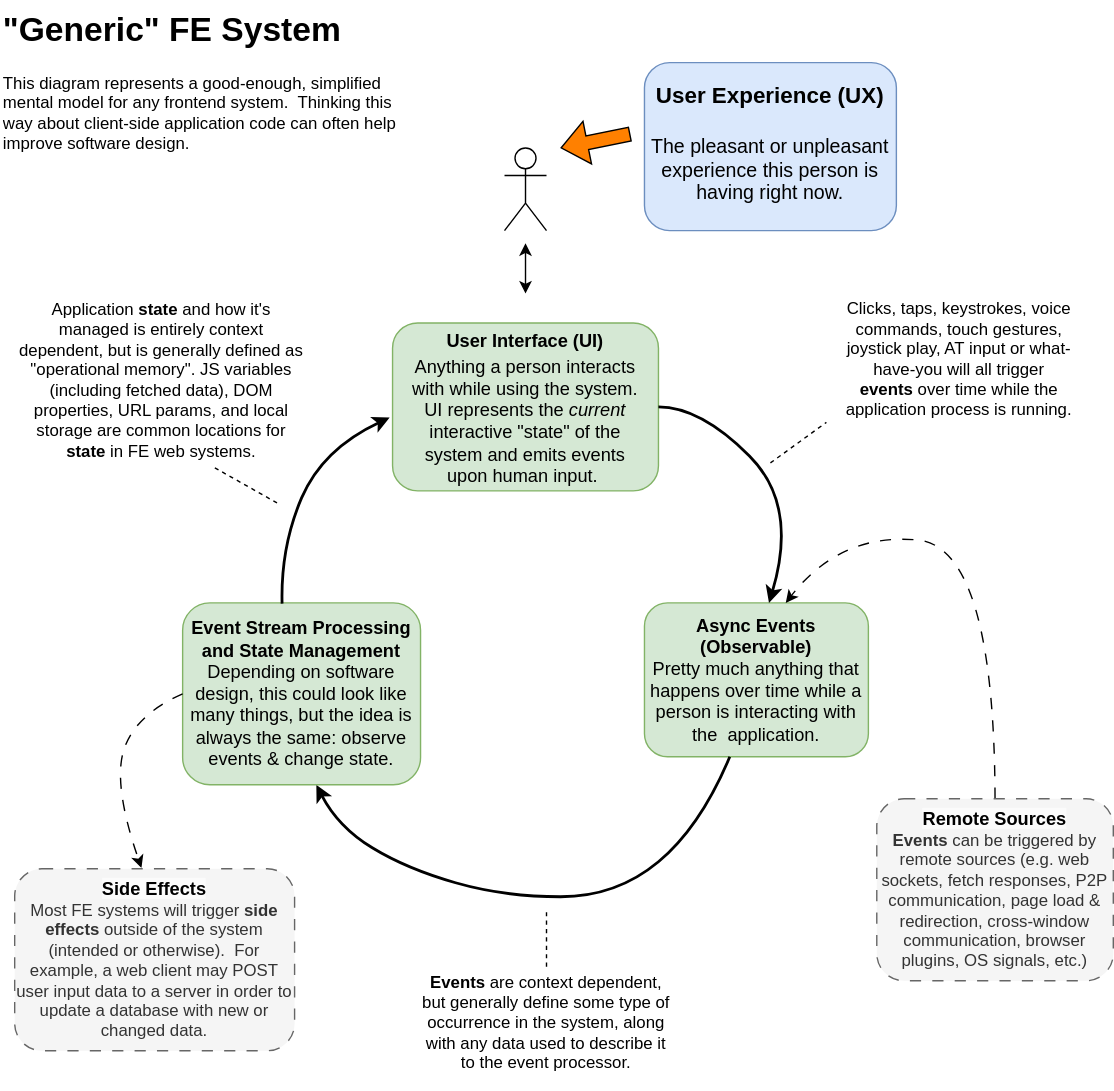
Before: Generic-FE-System.drawio.svg, a diagram exported from draw.io (darthrellimnad/generic-fe-system). Source tidied: cells renumbered, new cells last; positions are measured from the earlier drawing's top-left corner, leaving out a move shared by most shapes.
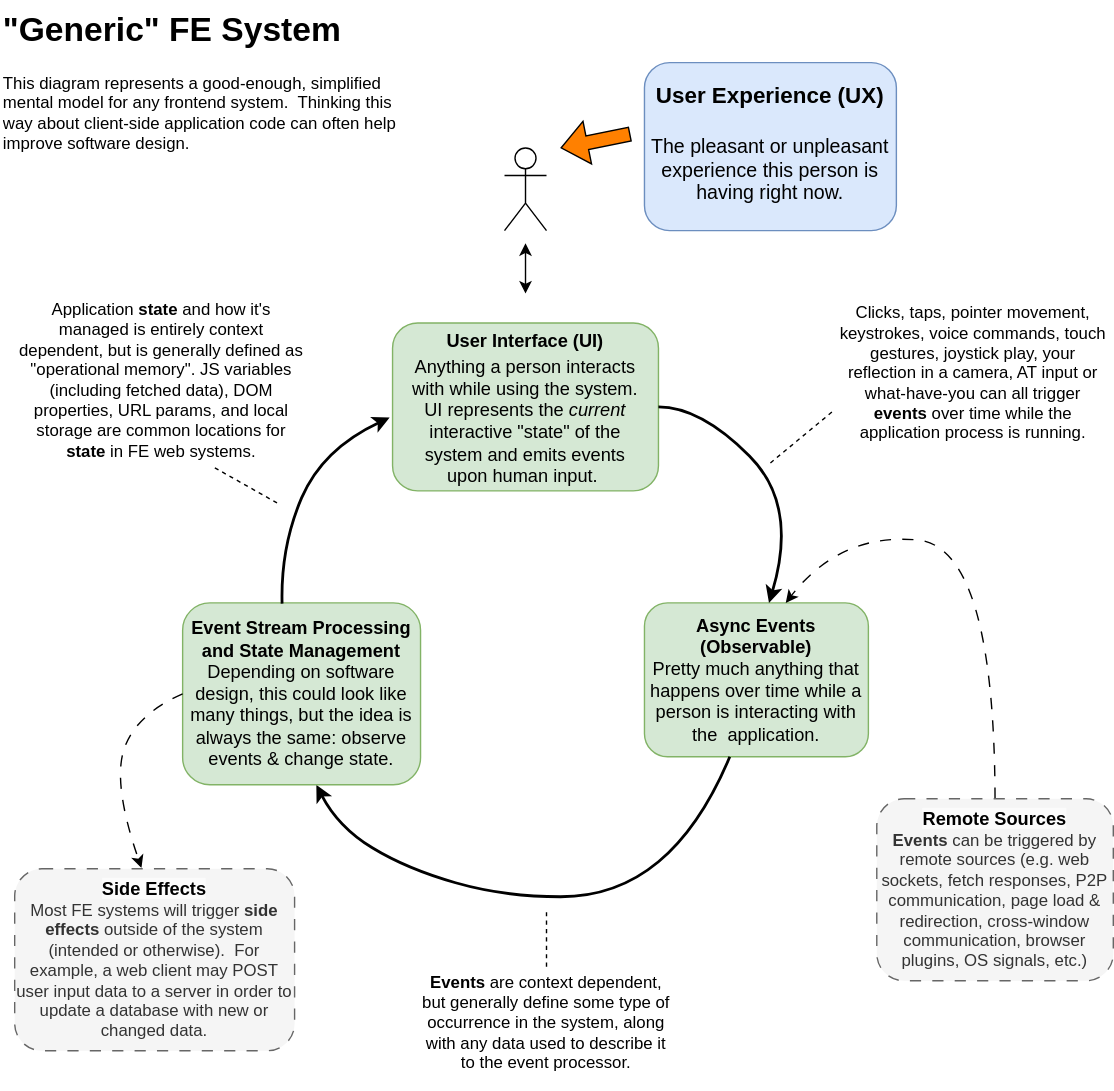
After the commit.

Diff of the diagram source:
```diff
@@ -55,13 +55,13 @@
         </Array>
       </mxGeometry>
     </mxCell>
-    <mxCell id="12" value="Clicks, taps, keystrokes, voice commands, touch gestures, joystick play, AT input or what-have-you will all trigger &lt;b&gt;events&lt;/b&gt;&amp;nbsp;over time while the application process is running." style="text;html=1;align=center;verticalAlign=middle;whiteSpace=wrap;rounded=0;" parent="1" vertex="1">
-      <mxGeometry x="590" y="211" width="190" height="90" as="geometry" />
+    <mxCell id="12" value="Clicks, taps, pointer movement, keystrokes, voice commands, touch gestures, joystick play, your reflection in a camera, AT input or what-have-you can all trigger &lt;b&gt;events&lt;/b&gt;&amp;nbsp;over time while the application process is running." style="text;html=1;align=center;verticalAlign=middle;whiteSpace=wrap;rounded=0;" parent="1" vertex="1">
+      <mxGeometry x="595" y="211" width="200" height="109" as="geometry" />
     </mxCell>
     <mxCell id="13" value="Application &lt;b&gt;state&lt;/b&gt;&amp;nbsp;and how it's managed is entirely context dependent, but is generally defined as &quot;operational memory&quot;. JS variables (including fetched data), DOM properties, URL params, and local storage are common locations for &lt;b&gt;state&lt;/b&gt;&amp;nbsp;in FE web systems." style="text;html=1;align=center;verticalAlign=middle;whiteSpace=wrap;rounded=0;" parent="1" vertex="1">
       <mxGeometry x="10" y="211" width="210" height="120" as="geometry" />
     </mxCell>
-    <mxCell id="14" style="endArrow=none;dashed=1;html=1;rounded=0;entryX=0;entryY=1;entryDx=0;entryDy=0;" parent="1" edge="1" target="12">
+    <mxCell id="14" style="endArrow=none;dashed=1;html=1;rounded=0;entryX=0;entryY=0.75;entryDx=0;entryDy=0;" parent="1" edge="1" target="12">
       <mxGeometry relative="1" as="geometry">
         <mxPoint x="550" y="330" as="sourcePoint" />
       </mxGeometry>
```
